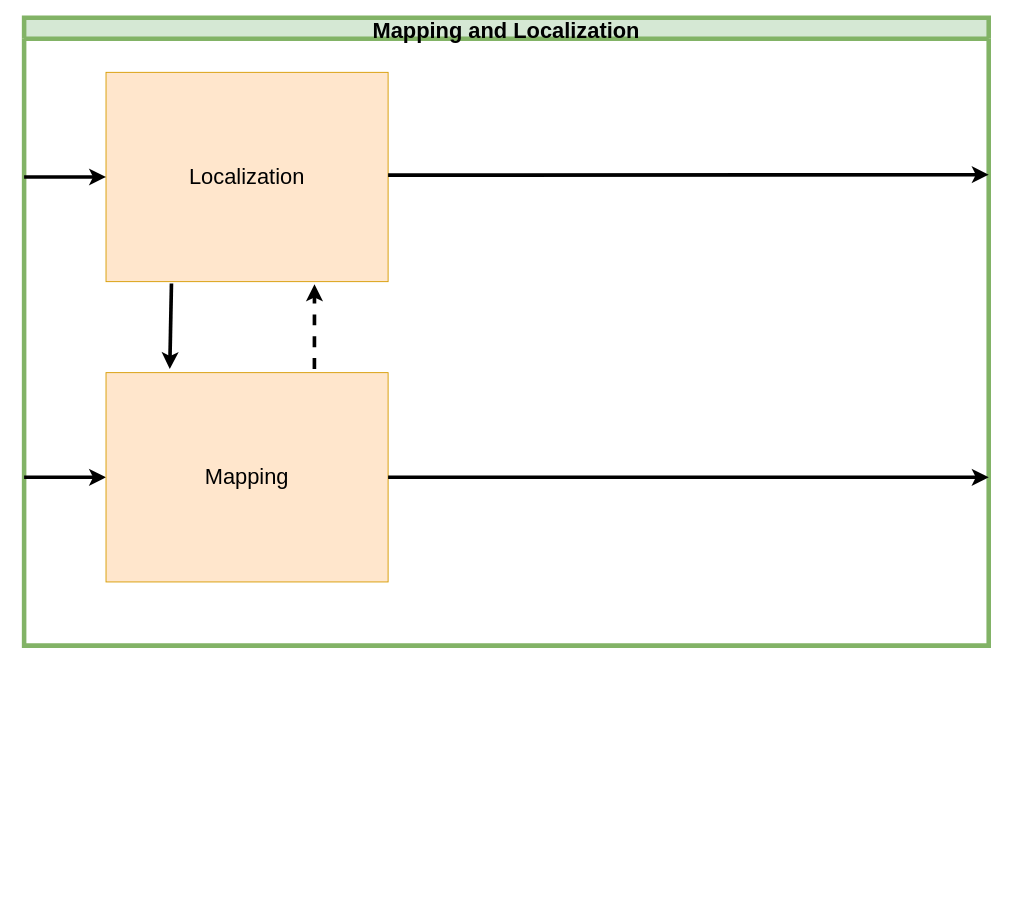
ipa-dmo/ipa_outdoor_docu keeps this draw.io diagram as page "Localization and Mapping" (3 of 11) of TestNav.drawio. Above is the earlier version. Source tidied: cells renumbered, new cells numbered last; positions are measured from the earlier drawing's top-left corner, leaving out a move shared by most shapes. Both pictures are drawn from the tidied source at 91%, with x=0, y=0 at pixel (24, 17).
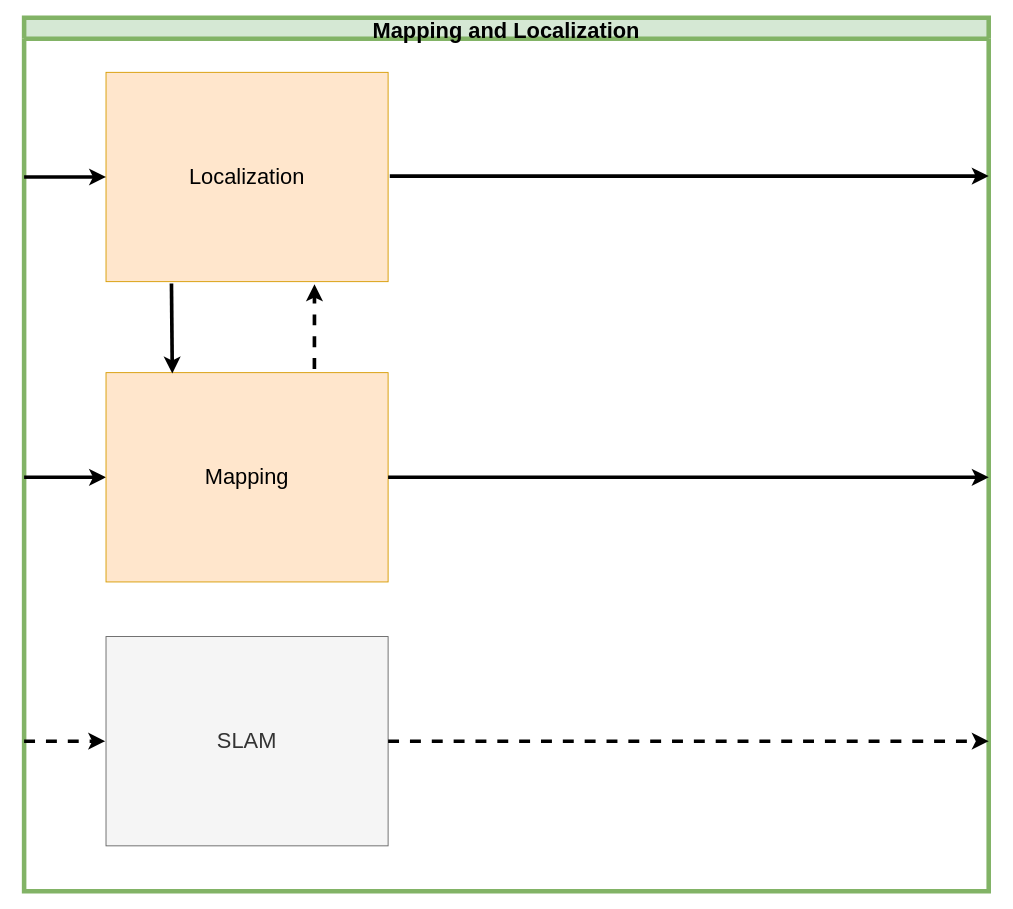
The same diagram, later.

What changed in the source:
```diff
@@
 <mxGraphModel>
   <root>
     <mxCell id="0" />
     <mxCell id="1" parent="0" />
     <mxCell id="2" value="Mapping and Localization" style="swimlane;fillColor=#d5e8d4;strokeColor=#82b366;fontSize=24;strokeWidth=5;" parent="1" vertex="1">
-      <mxGeometry width="1060" height="690" as="geometry" />
+      <mxGeometry width="1060" height="960" as="geometry" />
     </mxCell>
     <mxCell id="3" style="endArrow=classic;entryX=0;entryY=0.5;entryDx=0;entryDy=0;verticalAlign=top;horizontal=1;strokeWidth=4;" parent="2" edge="1" target="5">
       <mxGeometry relative="1" as="geometry">
         <mxPoint y="505" as="sourcePoint" />
       </mxGeometry>
     </mxCell>
     <mxCell id="4" value="&lt;font style=&quot;font-size: 24px&quot;&gt;Localization&lt;/font&gt;" style="whiteSpace=wrap;html=1;fillColor=#ffe6cc;strokeColor=#d79b00;" parent="2" vertex="1">
       <mxGeometry x="90" y="60" width="310" height="230" as="geometry" />
     </mxCell>
     <mxCell id="5" value="&lt;font style=&quot;font-size: 24px&quot;&gt;Mapping&lt;/font&gt;" style="whiteSpace=wrap;html=1;fillColor=#ffe6cc;strokeColor=#d79b00;" parent="2" vertex="1">
       <mxGeometry x="90" y="390" width="310" height="230" as="geometry" />
     </mxCell>
     <mxCell id="6" style="endArrow=classic;html=1;entryX=0;entryY=0.5;entryDx=0;entryDy=0;strokeWidth=4;" parent="2" edge="1" target="4">
       <mxGeometry relative="1" as="geometry">
         <mxPoint y="175" as="sourcePoint" />
       </mxGeometry>
     </mxCell>
-    <mxCell id="7" style="endArrow=classic;html=1;entryX=0.226;entryY=-0.017;entryDx=0;entryDy=0;exitX=0.232;exitY=1.009;exitDx=0;exitDy=0;strokeWidth=4;exitPerimeter=0;entryPerimeter=0;" parent="2" edge="1" source="4" target="5">
+    <mxCell id="7" style="endArrow=classic;html=1;exitX=0.232;exitY=1.009;exitDx=0;exitDy=0;strokeWidth=4;exitPerimeter=0;entryX=0.235;entryY=0.004;entryDx=0;entryDy=0;entryPerimeter=0;" parent="2" edge="1" source="4" target="5">
       <mxGeometry relative="1" as="geometry" />
     </mxCell>
-    <mxCell id="8" style="edgeStyle=orthogonalEdgeStyle;rounded=0;jettySize=auto;html=0;verticalAlign=top;strokeWidth=4;entryX=1;entryY=0.25;entryDx=0;entryDy=0;" parent="2" edge="1" target="2">
+    <mxCell id="8" style="edgeStyle=elbowEdgeStyle;rounded=0;jettySize=auto;html=0;verticalAlign=top;strokeWidth=4;exitX=1.006;exitY=0.496;exitDx=0;exitDy=0;exitPerimeter=0;" parent="2" edge="1" source="4">
       <mxGeometry relative="1" as="geometry">
-        <mxPoint x="420" y="173" as="sourcePoint" />
-        <Array as="points">
-          <mxPoint x="400" y="173" />
-          <mxPoint x="420" y="173" />
-        </Array>
+        <mxPoint x="1060" y="174" as="targetPoint" />
       </mxGeometry>
     </mxCell>
     <mxCell id="9" style="edgeStyle=orthogonalEdgeStyle;rounded=0;jettySize=auto;html=0;verticalAlign=top;exitX=1;exitY=0.5;exitDx=0;exitDy=0;strokeWidth=4;" parent="2" edge="1" source="5">
       <mxGeometry relative="1" as="geometry">
         <mxPoint x="1060" y="505" as="targetPoint" />
       </mxGeometry>
     </mxCell>
     <mxCell id="10" style="endArrow=classic;html=1;entryX=0.739;entryY=1.013;entryDx=0;entryDy=0;strokeWidth=4;entryPerimeter=0;dashed=1;" parent="2" edge="1" target="4">
       <mxGeometry relative="1" as="geometry">
         <mxPoint x="319" y="386" as="sourcePoint" />
       </mxGeometry>
     </mxCell>
+    <mxCell id="11" value="&lt;font style=&quot;font-size: 24px&quot;&gt;SLAM&lt;/font&gt;" style="whiteSpace=wrap;html=1;fillColor=#f5f5f5;strokeColor=#666666;fontColor=#333333;" parent="2" vertex="1">
+      <mxGeometry x="90" y="680" width="310" height="230" as="geometry" />
+    </mxCell>
+    <mxCell id="12" style="endArrow=classic;entryX=-0.003;entryY=0.5;entryDx=0;entryDy=0;verticalAlign=top;horizontal=1;strokeWidth=4;entryPerimeter=0;dashed=1;" parent="2" edge="1" target="11">
+      <mxGeometry relative="1" as="geometry">
+        <mxPoint y="795" as="sourcePoint" />
+      </mxGeometry>
+    </mxCell>
+    <mxCell id="13" style="edgeStyle=orthogonalEdgeStyle;rounded=0;jettySize=auto;html=0;verticalAlign=top;exitX=1;exitY=0.5;exitDx=0;exitDy=0;strokeWidth=4;exitPerimeter=0;dashed=1;" parent="2" edge="1" source="11">
+      <mxGeometry relative="1" as="geometry">
+        <mxPoint x="1060" y="795" as="targetPoint" />
+      </mxGeometry>
+    </mxCell>
   </root>
 </mxGraphModel>
```
